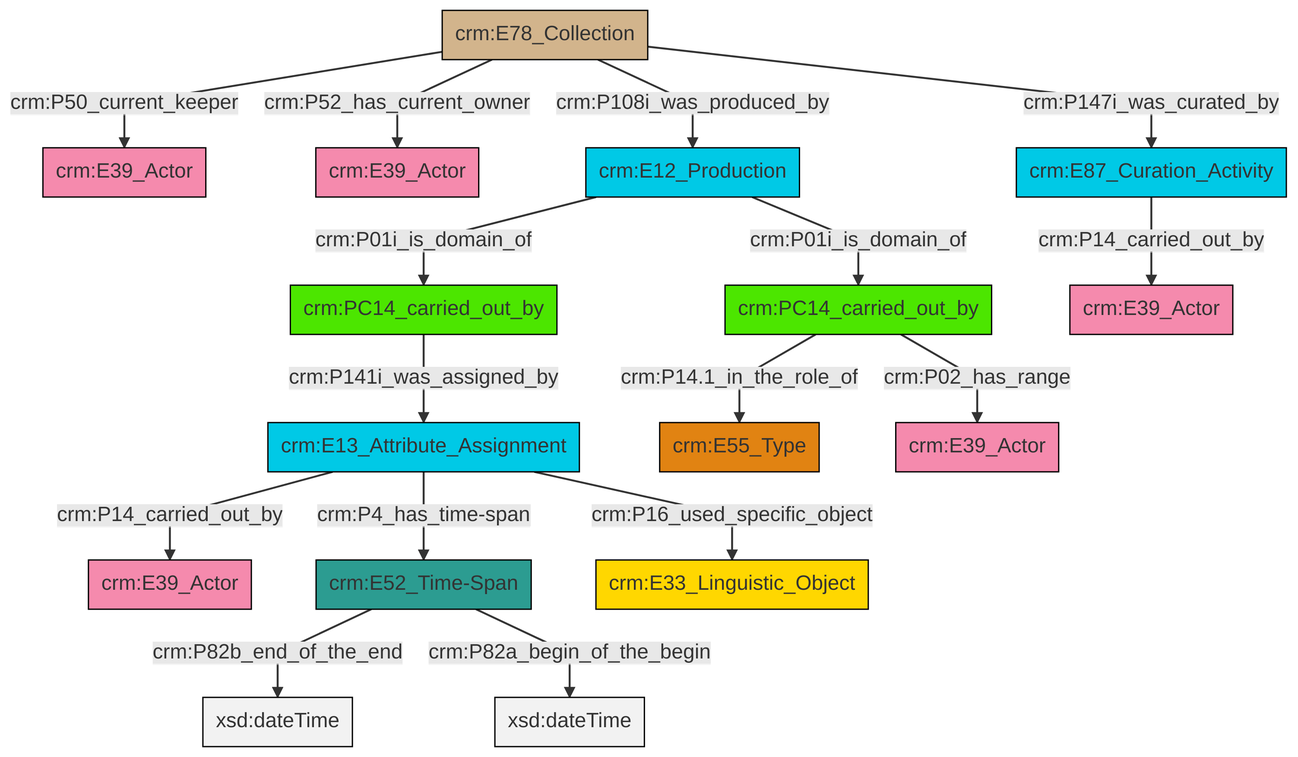
swiss-art-research-net/docs.swissartresearch keeps this Mermaid diagram as et/archivalCSV/ttl/mmd/png/archival_relation.png. Above is the earlier version. Its source is kept beside it as et/archivalCSV/ttl/mmd/archival_relation.ttl.mmd.
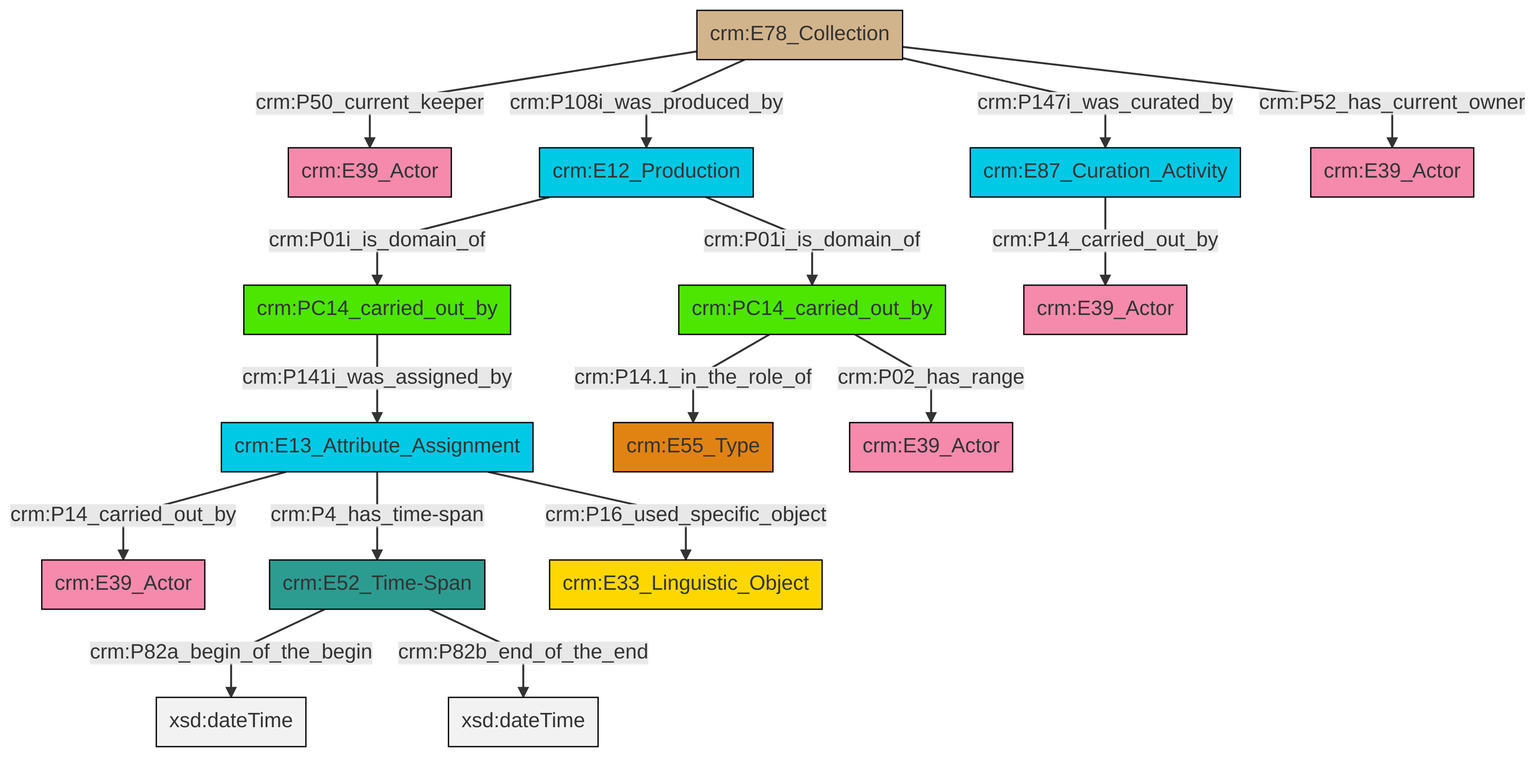
Above is the later version.

What changed in the source:
```diff
@@ -13,18 +13,18 @@
 classDef PC_Classes fill:#4ce600, stroke:#000000;
 classDef Multi fill:#cccccc,stroke:#000000;
 
-2["crm:E12_Production"]:::Temporal_Entity -->|crm:P01i_is_domain_of| 3["crm:PC14_carried_out_by"]:::PC_Classes
-4["crm:E78_Collection"]:::Physical_Thing -->|crm:P50_current_keeper| 5["crm:E39_Actor"]:::Actor
-6["crm:E87_Curation_Activity"]:::Temporal_Entity -->|crm:P14_carried_out_by| 7["crm:E39_Actor"]:::Actor
-8["crm:E13_Attribute_Assignment"]:::Temporal_Entity -->|crm:P14_carried_out_by| 9["crm:E39_Actor"]:::Actor
-8["crm:E13_Attribute_Assignment"]:::Temporal_Entity -->|crm:P4_has_time-span| 10["crm:E52_Time-Span"]:::Time-Span
-14["crm:PC14_carried_out_by"]:::PC_Classes -->|crm:P14.1_in_the_role_of| 0["crm:E55_Type"]:::Type
-4["crm:E78_Collection"]:::Physical_Thing -->|crm:P52_has_current_owner| 12["crm:E39_Actor"]:::Actor
-14["crm:PC14_carried_out_by"]:::PC_Classes -->|crm:P02_has_range| 16["crm:E39_Actor"]:::Actor
-2["crm:E12_Production"]:::Temporal_Entity -->|crm:P01i_is_domain_of| 14["crm:PC14_carried_out_by"]:::PC_Classes
-10["crm:E52_Time-Span"]:::Time-Span -->|crm:P82b_end_of_the_end| 21[xsd:dateTime]:::Literal
-4["crm:E78_Collection"]:::Physical_Thing -->|crm:P108i_was_produced_by| 2["crm:E12_Production"]:::Temporal_Entity
-8["crm:E13_Attribute_Assignment"]:::Temporal_Entity -->|crm:P16_used_specific_object| 23["crm:E33_Linguistic_Object"]:::Conceptual_Object
-3["crm:PC14_carried_out_by"]:::PC_Classes -->|crm:P141i_was_assigned_by| 8["crm:E13_Attribute_Assignment"]:::Temporal_Entity
-10["crm:E52_Time-Span"]:::Time-Span -->|crm:P82a_begin_of_the_begin| 24[xsd:dateTime]:::Literal
-4["crm:E78_Collection"]:::Physical_Thing -->|crm:P147i_was_curated_by| 6["crm:E87_Curation_Activity"]:::Temporal_Entity
+0["crm:E78_Collection"]:::Physical_Thing -->|crm:P50_current_keeper| 1["crm:E39_Actor"]:::Actor
+0["crm:E78_Collection"]:::Physical_Thing -->|crm:P108i_was_produced_by| 2["crm:E12_Production"]:::Temporal_Entity
+7["crm:E13_Attribute_Assignment"]:::Temporal_Entity -->|crm:P14_carried_out_by| 5["crm:E39_Actor"]:::Actor
+0["crm:E78_Collection"]:::Physical_Thing -->|crm:P147i_was_curated_by| 8["crm:E87_Curation_Activity"]:::Temporal_Entity
+7["crm:E13_Attribute_Assignment"]:::Temporal_Entity -->|crm:P4_has_time-span| 9["crm:E52_Time-Span"]:::Time-Span
+10["crm:PC14_carried_out_by"]:::PC_Classes -->|crm:P14.1_in_the_role_of| 11["crm:E55_Type"]:::Type
+9["crm:E52_Time-Span"]:::Time-Span -->|crm:P82a_begin_of_the_begin| 15[xsd:dateTime]:::Literal
+7["crm:E13_Attribute_Assignment"]:::Temporal_Entity -->|crm:P16_used_specific_object| 3["crm:E33_Linguistic_Object"]:::Conceptual_Object
+2["crm:E12_Production"]:::Temporal_Entity -->|crm:P01i_is_domain_of| 24["crm:PC14_carried_out_by"]:::PC_Classes
+2["crm:E12_Production"]:::Temporal_Entity -->|crm:P01i_is_domain_of| 10["crm:PC14_carried_out_by"]:::PC_Classes
+0["crm:E78_Collection"]:::Physical_Thing -->|crm:P52_has_current_owner| 16["crm:E39_Actor"]:::Actor
+24["crm:PC14_carried_out_by"]:::PC_Classes -->|crm:P141i_was_assigned_by| 7["crm:E13_Attribute_Assignment"]:::Temporal_Entity
+9["crm:E52_Time-Span"]:::Time-Span -->|crm:P82b_end_of_the_end| 29[xsd:dateTime]:::Literal
+8["crm:E87_Curation_Activity"]:::Temporal_Entity -->|crm:P14_carried_out_by| 18["crm:E39_Actor"]:::Actor
+10["crm:PC14_carried_out_by"]:::PC_Classes -->|crm:P02_has_range| 13["crm:E39_Actor"]:::Actor
```
